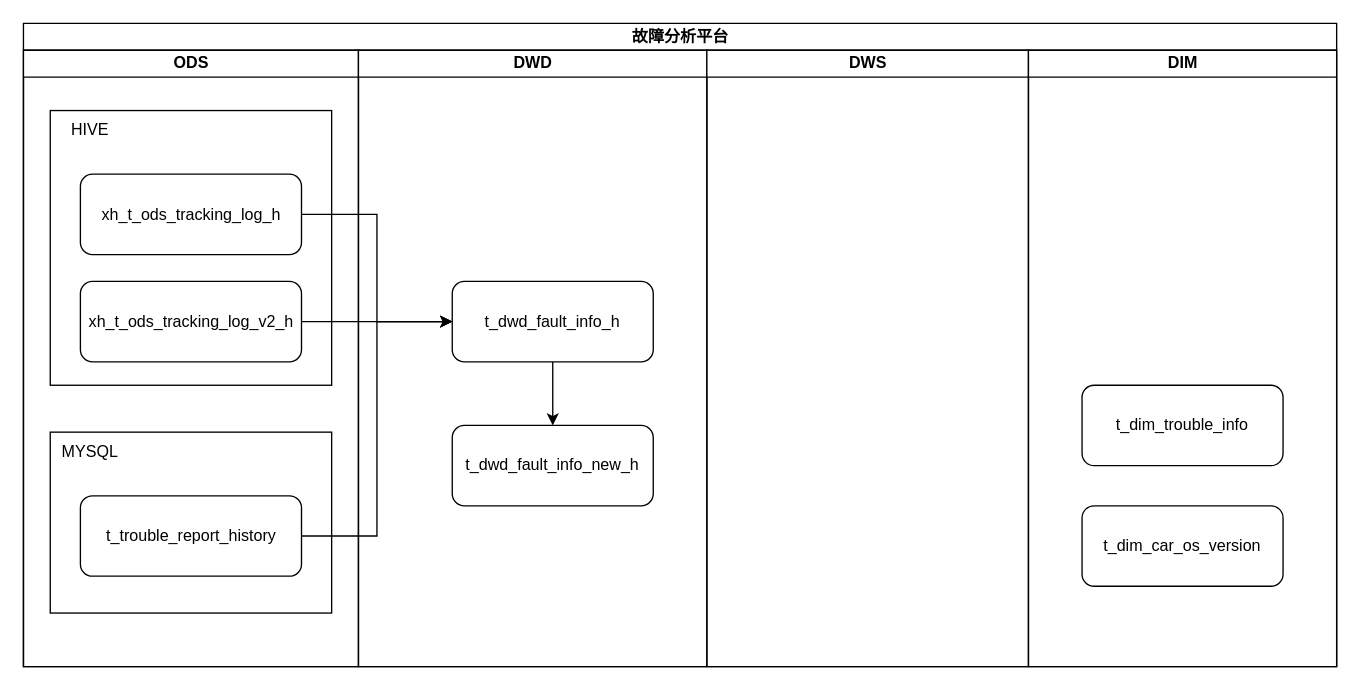
This is 故障分析平台-代码实现流程图.drawio from shaozc3g/draw_io, a draw.io file, before an edit. Source tidied: cells renumbered, new cells numbered last; positions are measured from the earlier drawing's top-left corner, leaving out a move shared by most shapes. Both pictures are drawn from the tidied source at 134%, with x=0, y=0 at pixel (23, 23).
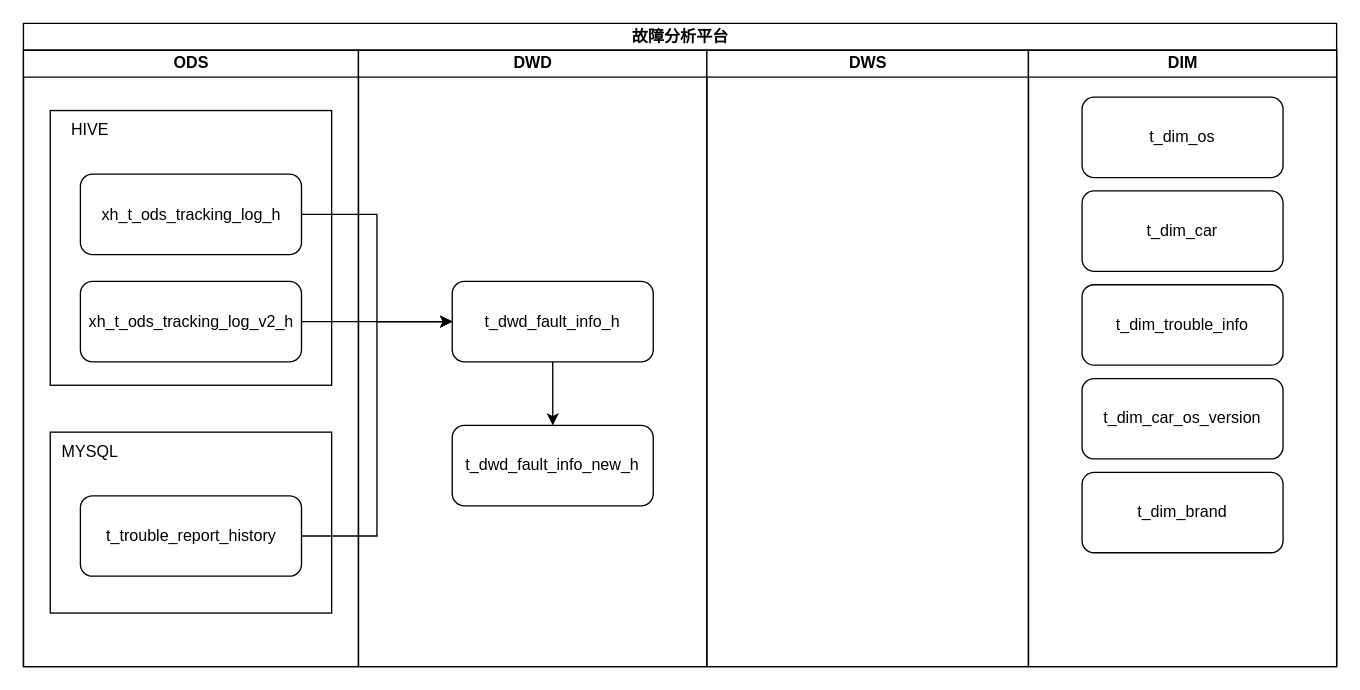
Above is the later version.

Commit message (it also covers changes not shown here):
更新故障分析平台-代码实现流程图.drawio

Unchanged cells that the change refers to:
```xml
<mxCell id="16" value="DIM" style="swimlane;startSize=20;html=1;" parent="2" vertex="1">
  <mxGeometry x="750" y="20" width="230" height="460" as="geometry" />
</mxCell>
```

Diff of the diagram source:
```diff
@@
     <mxCell id="17" value="t_dim_car_os_version" style="rounded=1;whiteSpace=wrap;html=1;" parent="16" vertex="1">
-      <mxGeometry x="40" y="340" width="150" height="60" as="geometry" />
+      <mxGeometry x="40" y="245" width="150" height="60" as="geometry" />
     </mxCell>
     <mxCell id="18" value="t_dim_trouble_info" style="rounded=1;whiteSpace=wrap;html=1;" parent="16" vertex="1">
-      <mxGeometry x="40" y="250" width="150" height="60" as="geometry" />
+      <mxGeometry x="40" y="175" width="150" height="60" as="geometry" />
     </mxCell>
+    <mxCell id="22" value="t_dim_car" style="rounded=1;whiteSpace=wrap;html=1;" parent="16" vertex="1">
+      <mxGeometry x="40" y="105" width="150" height="60" as="geometry" />
+    </mxCell>
+    <mxCell id="23" value="t_dim_os" style="rounded=1;whiteSpace=wrap;html=1;" parent="16" vertex="1">
+      <mxGeometry x="40" y="35" width="150" height="60" as="geometry" />
+    </mxCell>
+    <mxCell id="24" value="t_dim_brand" style="rounded=1;whiteSpace=wrap;html=1;" parent="16" vertex="1">
+      <mxGeometry x="40" y="315" width="150" height="60" as="geometry" />
+    </mxCell>
```
